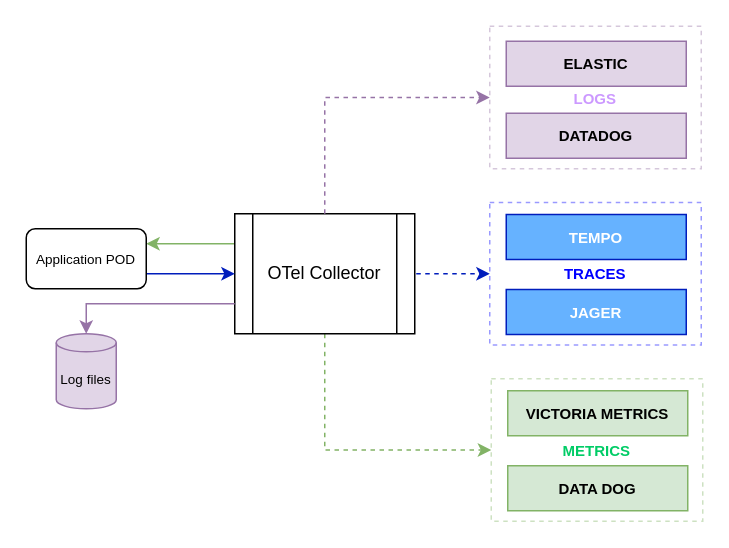
The draw.io diagram page "Page-3" (3 of 3) of victoria metrics v2.drawio in jacmathew/jacmathew, before the edit. Source tidied: cells renumbered, new cells numbered last; positions are measured from the earlier drawing's top-left corner, leaving out a move shared by most shapes. Both pictures are drawn from the tidied source at 150%, with x=0, y=0 at pixel (26, 26).
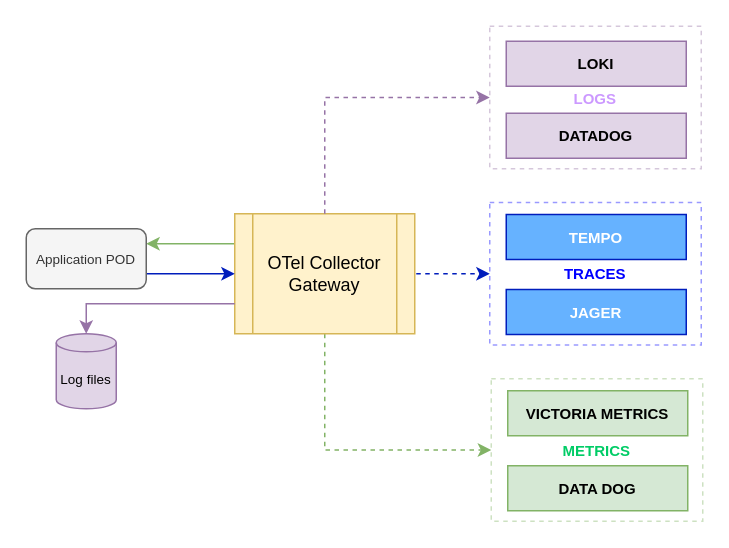
The same diagram, later.

The edit, as a diff of the source:
```diff
@@
-    <mxCell id="7" value="OTel Collector" style="shape=process;whiteSpace=wrap;html=1;backgroundOutline=1;" parent="1" vertex="1">
+    <mxCell id="7" value="OTel Collector&lt;br&gt;Gateway" style="shape=process;whiteSpace=wrap;html=1;backgroundOutline=1;fillColor=#fff2cc;strokeColor=#d6b656;" parent="1" vertex="1">
       <mxGeometry x="139" y="125" width="120" height="80" as="geometry" />
     </mxCell>
@@
-    <mxCell id="9" value="&lt;font style=&quot;font-size: 9px;&quot;&gt;Application POD&lt;/font&gt;" style="rounded=1;whiteSpace=wrap;html=1;" parent="1" vertex="1">
+    <mxCell id="9" value="&lt;font style=&quot;font-size: 9px;&quot;&gt;Application POD&lt;/font&gt;" style="rounded=1;whiteSpace=wrap;html=1;fillColor=#f5f5f5;fontColor=#333333;strokeColor=#666666;" parent="1" vertex="1">
       <mxGeometry y="135" width="80" height="40" as="geometry" />
     </mxCell>
@@
-    <mxCell id="16" value="&lt;font style=&quot;font-size: 10px;&quot;&gt;&lt;b&gt;ELASTIC&lt;/b&gt;&lt;/font&gt;" style="rounded=0;whiteSpace=wrap;html=1;fillColor=#e1d5e7;strokeColor=#9673a6;" parent="1" vertex="1">
+    <mxCell id="16" value="&lt;font style=&quot;font-size: 10px;&quot;&gt;&lt;b&gt;LOKI&lt;/b&gt;&lt;/font&gt;" style="rounded=0;whiteSpace=wrap;html=1;fillColor=#e1d5e7;strokeColor=#9673a6;" parent="1" vertex="1">
       <mxGeometry x="320" y="10" width="120" height="30" as="geometry" />
     </mxCell>
```
